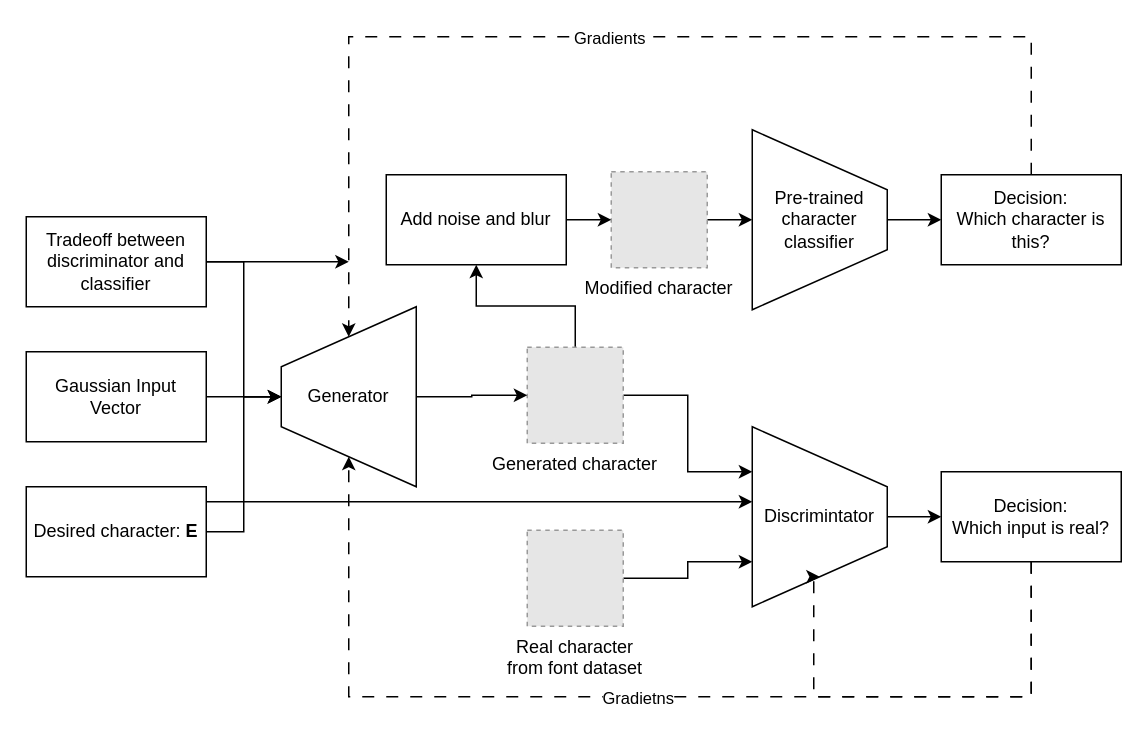
Before: Robo99.drawio in muxamilian/Robo99, a draw.io diagram. Source tidied: cells renumbered, new cells numbered last; positions are measured from the earlier drawing's top-left corner, leaving out a move shared by most shapes. Both pictures are drawn from the tidied source at 150%, with x=0, y=0 at pixel (26, 36). Pictures stored in the file or linked from it are replaced by grey dashed boxes.
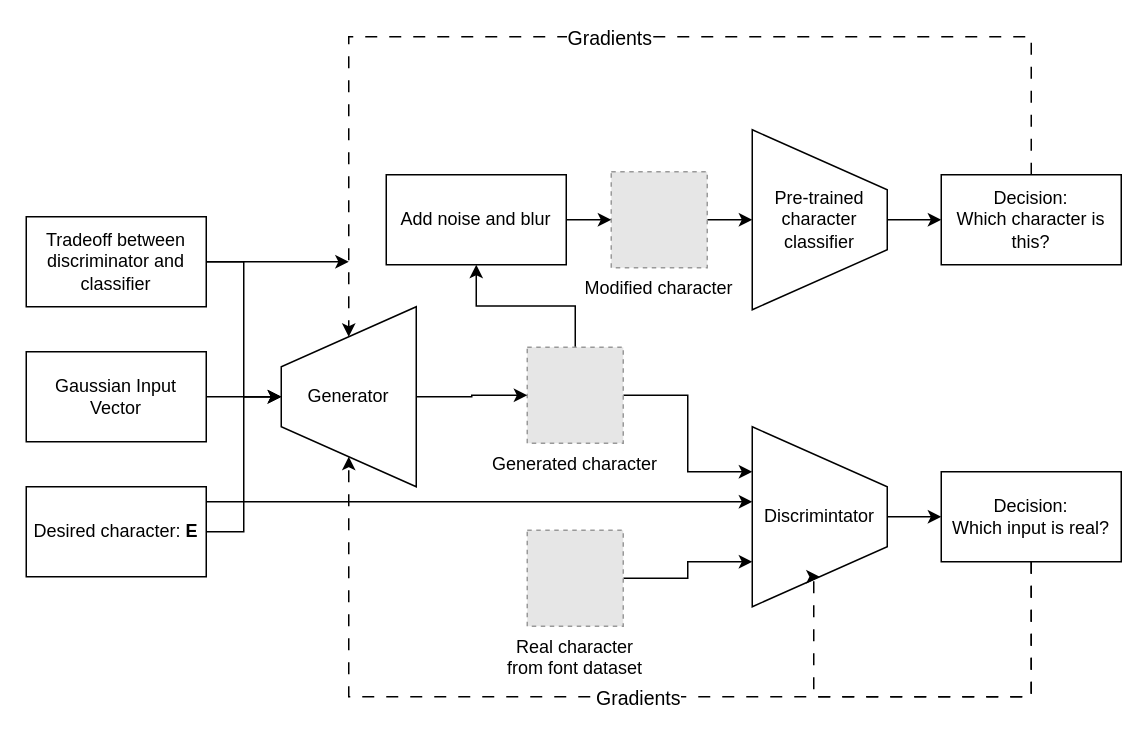
Above is the later version.

Unchanged cells that the change refers to:
```xml
<mxCell id="14" style="edgeStyle=orthogonalEdgeStyle;rounded=0;jettySize=auto;html=1;exitX=0.5;exitY=1;exitDx=0;exitDy=0;entryX=0;entryY=0.5;entryDx=0;entryDy=0;dashed=1;dashPattern=8 8;" parent="1" edge="1" source="16" target="6">
  <mxGeometry relative="1" as="geometry">
    <Array as="points">
      <mxPoint x="670" y="440" />
      <mxPoint x="215" y="440" />
    </Array>
  </mxGeometry>
</mxCell>
<mxCell id="17" style="edgeStyle=orthogonalEdgeStyle;rounded=0;jettySize=auto;html=1;exitX=0.5;exitY=0;exitDx=0;exitDy=0;entryX=1;entryY=0.5;entryDx=0;entryDy=0;dashed=1;dashPattern=8 8;" parent="1" edge="1" source="19" target="6">
  <mxGeometry relative="1" as="geometry">
    <Array as="points">
      <mxPoint x="670" />
      <mxPoint x="215" />
    </Array>
  </mxGeometry>
</mxCell>
```

Diff of the diagram source:
```diff
@@
-    <mxCell id="15" value="Gradietns" style="edgeLabel;html=1;align=center;verticalAlign=middle;" parent="14" vertex="1">
+    <mxCell id="15" value="&lt;font style=&quot;font-size: 13px;&quot;&gt;Gradients&lt;/font&gt;" style="edgeLabel;html=1;align=center;verticalAlign=middle;" parent="14" vertex="1">
       <mxGeometry relative="1" as="geometry" />
     </mxCell>
@@
-    <mxCell id="18" value="Gradients" style="edgeLabel;html=1;align=center;verticalAlign=middle;" parent="17" vertex="1">
+    <mxCell id="18" value="&lt;font style=&quot;font-size: 13px;&quot;&gt;Gradients&lt;/font&gt;" style="edgeLabel;html=1;align=center;verticalAlign=middle;" parent="17" vertex="1">
       <mxGeometry relative="1" as="geometry" />
     </mxCell>
```
